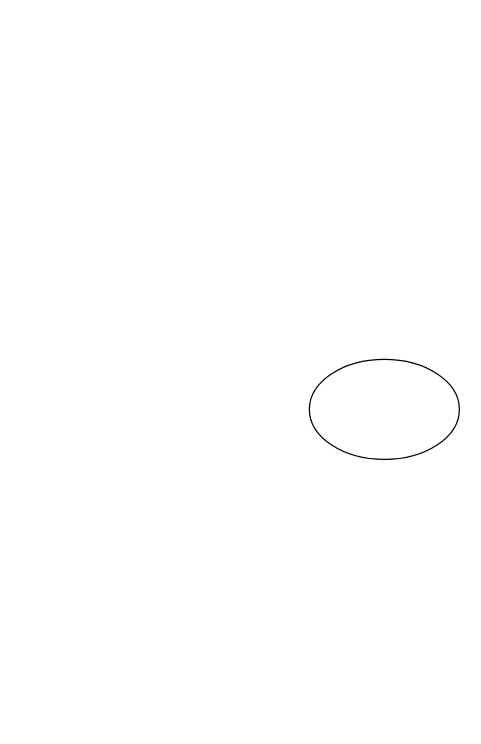
Earlier version of the draw.io diagram Untitled Diagram.drawio (NielsenGordon/gitVideo). Source tidied: cells renumbered, new cells numbered last; positions are measured from the earlier drawing's top-left corner, leaving out a move shared by most shapes. Both pictures are drawn from the tidied source at 125%, with x=0, y=0 at pixel (309, 359).
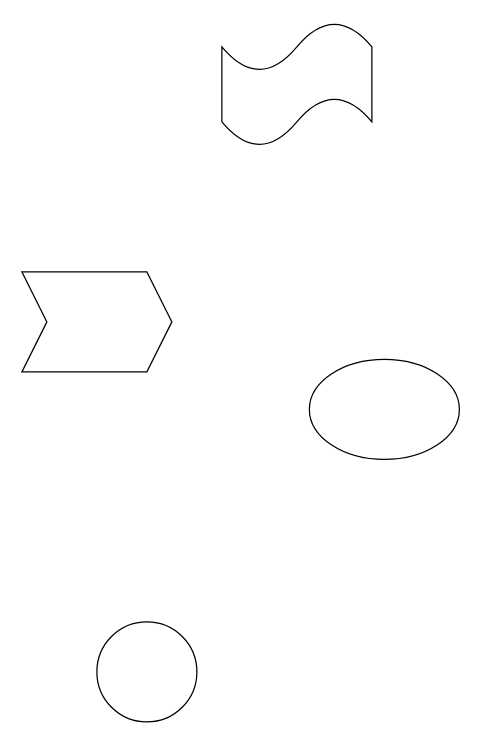
The same page after the edit.

The edit, as a diff of the source:
```diff
@@
 <mxGraphModel>
   <root>
     <mxCell id="0" />
     <mxCell id="1" parent="0" />
     <mxCell id="2" value="Text" style="text;html=1;strokeColor=none;fillColor=none;align=center;verticalAlign=middle;whiteSpace=wrap;rounded=0;" parent="1" vertex="1">
       <mxGeometry x="20" width="60" height="30" as="geometry" />
     </mxCell>
     <mxCell id="3" style="ellipse;whiteSpace=wrap;html=1;" parent="1" vertex="1">
       <mxGeometry width="120" height="80" as="geometry" />
     </mxCell>
+    <mxCell id="4" style="ellipse;whiteSpace=wrap;html=1;" parent="1" vertex="1">
+      <mxGeometry x="-170" y="210" width="80" height="80" as="geometry" />
+    </mxCell>
+    <mxCell id="5" style="shape=step;perimeter=stepPerimeter;whiteSpace=wrap;html=1;fixedSize=1;" parent="1" vertex="1">
+      <mxGeometry x="-230" y="-70" width="120" height="80" as="geometry" />
+    </mxCell>
+    <mxCell id="6" style="shape=tape;whiteSpace=wrap;html=1;" parent="1" vertex="1">
+      <mxGeometry x="-70" y="-270" width="120" height="100" as="geometry" />
+    </mxCell>
   </root>
 </mxGraphModel>
```
